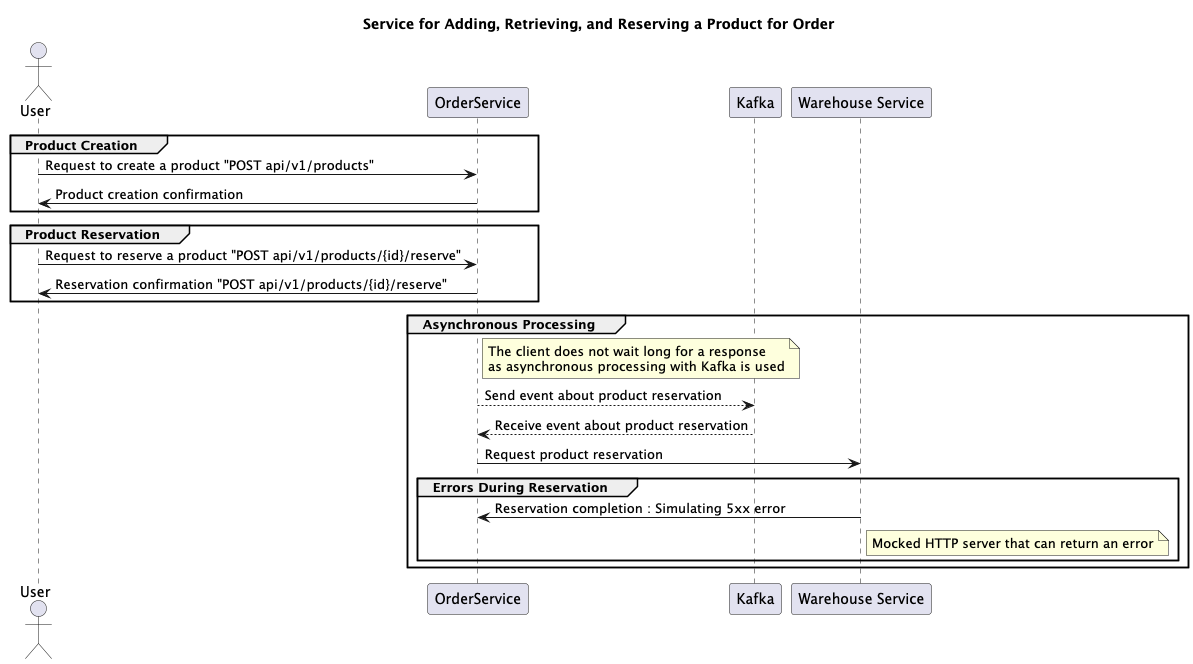
The PlantUML diagram res/uml.png in AndreyAgeev111/master-work, before a commit. Source of this version:
```plantuml
@startuml

title Service for Adding, Retrieving, and Reserving a Product for Order

actor "User" as ExternalUser
participant "OrderService" as OrderService
participant "Kafka" as Kafka
participant "Warehouse Service" as WarehouseService

group Product Creation
    ExternalUser -> OrderService : Request to create a product "POST api/v1/products"
    OrderService -> ExternalUser : Product creation confirmation
end

group Product Reservation
    ExternalUser -> OrderService : Request to reserve a product "POST api/v1/products/{id}/reserve"
    OrderService -> ExternalUser : Reservation confirmation "POST api/v1/products/{id}/reserve"
end

group Asynchronous Processing
    note right of OrderService
        The client does not wait long for a response
        as asynchronous processing with Kafka is used
    end note
    OrderService --> Kafka : Send event about product reservation
    Kafka --> OrderService : Receive event about product reservation
    OrderService -> WarehouseService : Request product reservation
    group Errors During Reservation
            WarehouseService -> OrderService : Reservation completion : Simulating 5xx error
            note right of WarehouseService
                Mocked HTTP server that can return an error
            end note
        end
end

@enduml
```
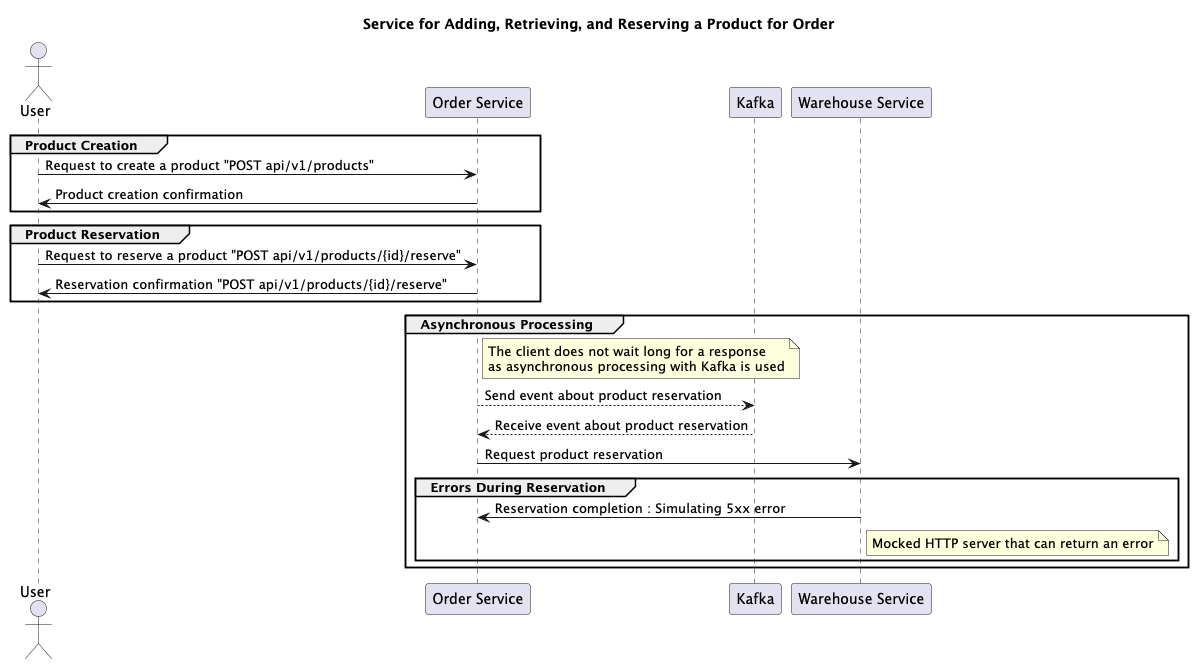
After the change.

The edit, as a diff of the source:
```diff
@@ -3,7 +3,7 @@
 title Service for Adding, Retrieving, and Reserving a Product for Order
 
 actor "User" as ExternalUser
-participant "OrderService" as OrderService
+participant "Order Service" as OrderService
 participant "Kafka" as Kafka
 participant "Warehouse Service" as WarehouseService
 
```
